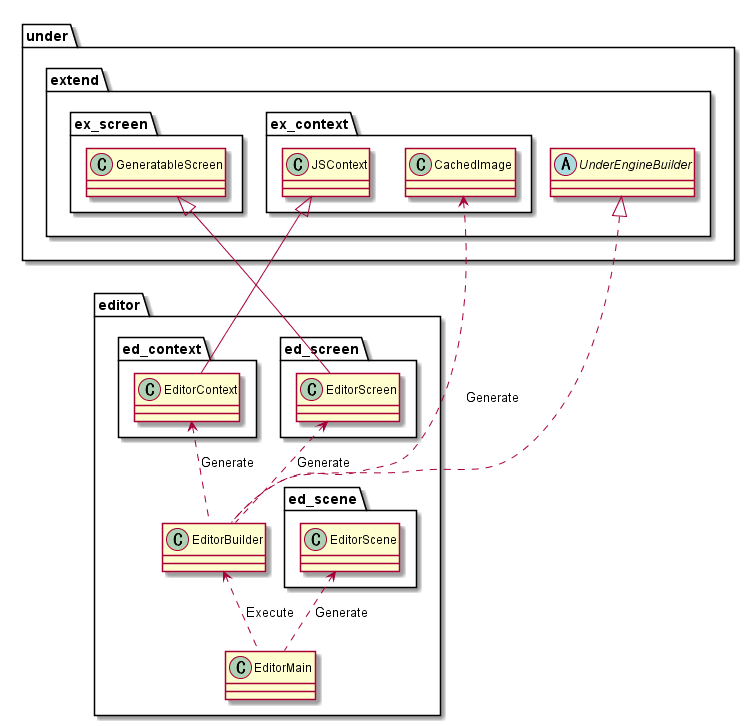
Above: out/uml/editor/GameBase/EditorGameBase.png in Expine/Under (PlantUML), before the change.
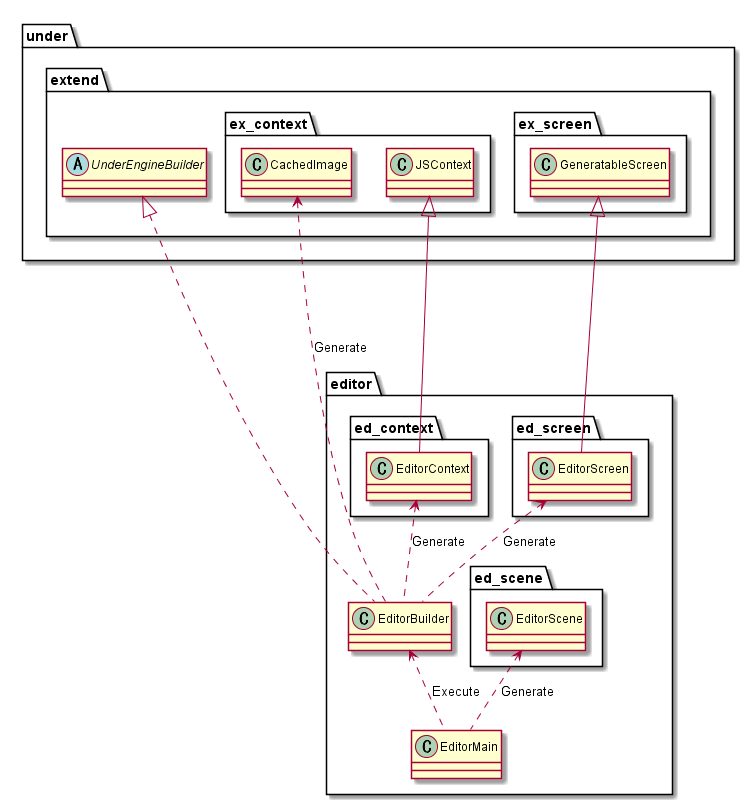
Above is the later version.

What changed in the source:
```diff
@@ -38,8 +38,8 @@
 EditorContext <.. EditorBuilder : "Generate"
 CachedImage <.. EditorBuilder : "Generate"
 
-UnderEngineBuilder <|.. EditorBuilder
-GeneratableScreen <|-- EditorScreen
+UnderEngineBuilder <|... EditorBuilder
 JSContext <|-- EditorContext
+GeneratableScreen <|--- EditorScreen
 
 @enduml
```
